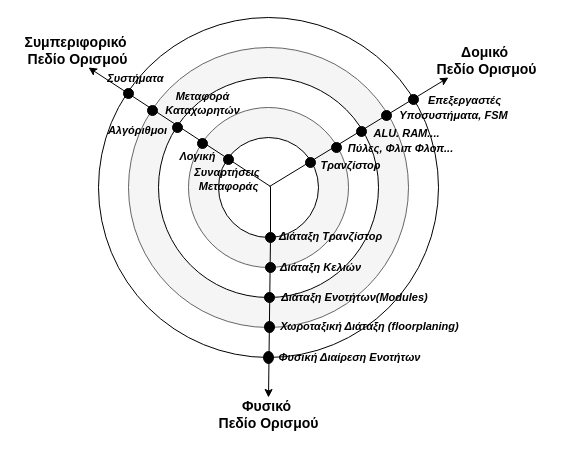
Above: Diagrams/y_chart.drawio in Lefteris-B/Risc-V-SoC-Using-LiteX (draw.io), before the change. Source tidied: cells renumbered, new cells numbered last; positions are measured from the earlier drawing's top-left corner, leaving out a move shared by most shapes. Both pictures are drawn from the tidied source at 100%, with x=0, y=0 at pixel (17, 17).
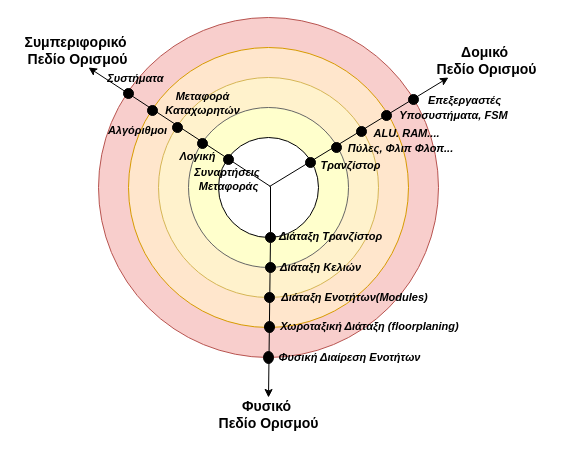
The same page after the edit.

What changed in the source:
```diff
@@
-    <mxCell id="2" style="ellipse;whiteSpace=wrap;html=1;" parent="1" vertex="1">
+    <mxCell id="2" style="ellipse;whiteSpace=wrap;html=1;fillColor=#f8cecc;strokeColor=#b85450;" parent="1" vertex="1">
       <mxGeometry x="81" width="340" height="340" as="geometry" />
     </mxCell>
-    <mxCell id="3" style="ellipse;whiteSpace=wrap;html=1;fillColor=#f5f5f5;fontColor=#333333;strokeColor=#666666;" parent="1" vertex="1">
+    <mxCell id="3" style="ellipse;whiteSpace=wrap;html=1;fillColor=#ffe6cc;strokeColor=#d79b00;" parent="1" vertex="1">
       <mxGeometry x="111" y="30" width="280" height="280" as="geometry" />
     </mxCell>
-    <mxCell id="4" style="ellipse;whiteSpace=wrap;html=1;" parent="1" vertex="1">
+    <mxCell id="4" style="ellipse;whiteSpace=wrap;html=1;fillColor=#fff2cc;strokeColor=#d6b656;" parent="1" vertex="1">
       <mxGeometry x="141" y="60" width="220" height="220" as="geometry" />
     </mxCell>
-    <mxCell id="5" style="ellipse;whiteSpace=wrap;html=1;fillColor=#f5f5f5;fontColor=#333333;strokeColor=#666666;" parent="1" vertex="1">
+    <mxCell id="5" style="ellipse;whiteSpace=wrap;html=1;fillColor=#FFFFCC;fontColor=#333333;strokeColor=#666666;" parent="1" vertex="1">
       <mxGeometry x="171" y="90" width="160" height="160" as="geometry" />
     </mxCell>
```
